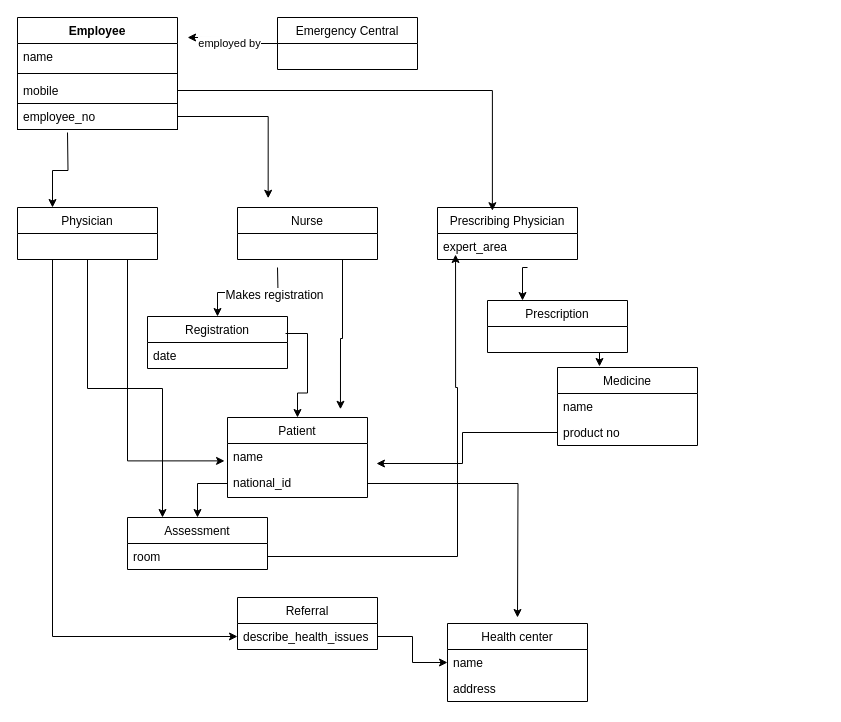
This is Untitled Diagram.drawio from kestersimm/drawio, a draw.io file, before an edit. Source tidied: cells renumbered, new cells numbered last; positions are measured from the earlier drawing's top-left corner, leaving out a move shared by most shapes. Both pictures are drawn from the tidied source at 100%, with x=0, y=0 at pixel (17, 17).
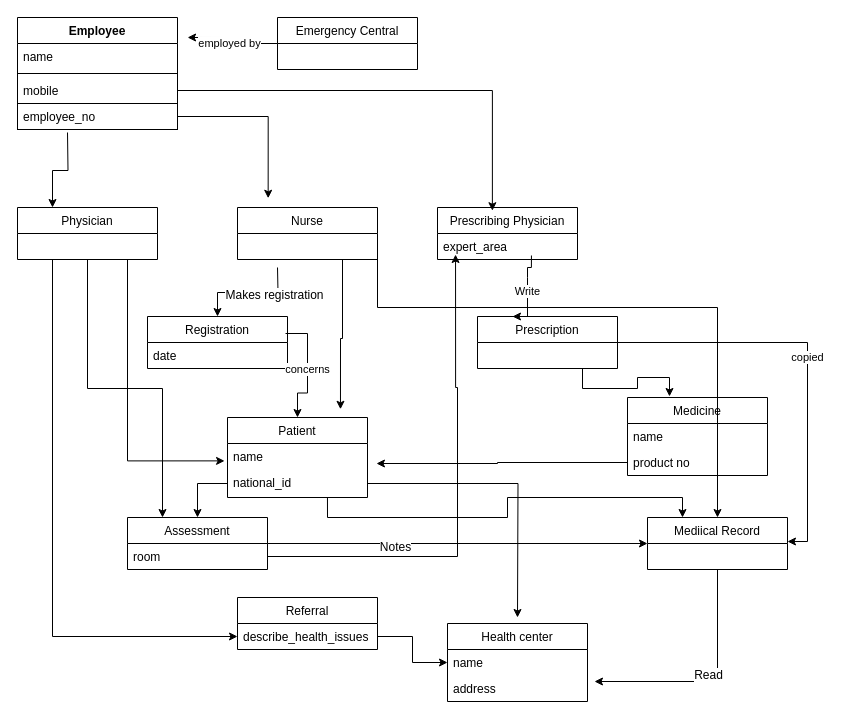
After the change.

Commit message:
added almost there

The change refers to these unchanged cells:
```xml
<mxCell id="13" value="expert_area" style="text;strokeColor=none;fillColor=none;align=left;verticalAlign=top;spacingLeft=4;spacingRight=4;overflow=hidden;points=[[0,0.5],[1,0.5]];portConstraint=eastwest;" parent="12" vertex="1">
  <mxGeometry y="26" width="140" height="26" as="geometry" />
</mxCell>
<mxCell id="22" value="date" style="text;strokeColor=none;fillColor=none;align=left;verticalAlign=top;spacingLeft=4;spacingRight=4;overflow=hidden;points=[[0,0.5],[1,0.5]];portConstraint=eastwest;" parent="21" vertex="1">
  <mxGeometry y="26" width="140" height="26" as="geometry" />
</mxCell>
<mxCell id="23" value="Patient" style="swimlane;fontStyle=0;horizontal=1;startSize=26;fillColor=none;" parent="1" vertex="1">
  <mxGeometry x="210" y="400" width="140" height="80" as="geometry" />
</mxCell>
<mxCell id="25" value="national_id" style="text;strokeColor=none;fillColor=none;align=left;verticalAlign=top;spacingLeft=4;spacingRight=4;overflow=hidden;points=[[0,0.5],[1,0.5]];portConstraint=eastwest;" parent="23" vertex="1">
  <mxGeometry y="52" width="140" height="28" as="geometry" />
</mxCell>
<mxCell id="27" value="Assessment" style="swimlane;fontStyle=0;horizontal=1;startSize=26;fillColor=none;" parent="1" vertex="1">
  <mxGeometry x="110" y="500" width="140" height="52" as="geometry" />
</mxCell>
<mxCell id="42" value="address" style="text;strokeColor=none;fillColor=none;align=left;verticalAlign=top;spacingLeft=4;spacingRight=4;overflow=hidden;points=[[0,0.5],[1,0.5]];portConstraint=eastwest;" parent="40" vertex="1">
  <mxGeometry y="52" width="140" height="26" as="geometry" />
</mxCell>
```

Change to the diagram source:
```diff
@@
-    <mxCell id="26" style="edgeStyle=orthogonalEdgeStyle;rounded=0;jettySize=auto;html=1;exitX=0.986;exitY=-0.346;exitDx=0;exitDy=0;exitPerimeter=0;" parent="1" edge="1" source="22" target="23">
+    <mxCell id="26" value="concerns" style="edgeStyle=orthogonalEdgeStyle;rounded=0;jettySize=auto;html=1;exitX=0.986;exitY=-0.346;exitDx=0;exitDy=0;exitPerimeter=0;" parent="1" edge="1" source="22" target="23">
       <mxGeometry relative="1" as="geometry" />
     </mxCell>
@@
+    <mxCell id="46" value="copied" style="edgeStyle=orthogonalEdgeStyle;rounded=0;jettySize=auto;html=1;entryX=1;entryY=0.462;entryDx=0;entryDy=0;entryPerimeter=0;" parent="1" edge="1" source="35" target="52">
+      <mxGeometry relative="1" as="geometry" />
+    </mxCell>
     <mxCell id="35" value="Prescription" style="swimlane;fontStyle=0;horizontal=1;startSize=26;fillColor=none;" parent="1" vertex="1">
-      <mxGeometry x="470" y="283" width="140" height="52" as="geometry" />
+      <mxGeometry x="460" y="299" width="140" height="52" as="geometry" />
     </mxCell>
-    <mxCell id="36" style="edgeStyle=orthogonalEdgeStyle;rounded=0;jettySize=auto;html=1;exitX=0.643;exitY=1.308;exitDx=0;exitDy=0;entryX=0.25;entryY=0;entryDx=0;entryDy=0;exitPerimeter=0;" parent="1" edge="1" source="13" target="35">
-      <mxGeometry relative="1" as="geometry" />
+    <mxCell id="36" value="Write" style="edgeStyle=orthogonalEdgeStyle;rounded=0;jettySize=auto;html=1;exitX=0.671;exitY=0.846;exitDx=0;exitDy=0;entryX=0.25;entryY=0;entryDx=0;entryDy=0;exitPerimeter=0;" parent="1" edge="1" source="13" target="35">
+      <mxGeometry relative="1" as="geometry">
+        <Array as="points">
+          <mxPoint x="514" y="250" />
+          <mxPoint x="510" y="250" />
+          <mxPoint x="510" y="260" />
+          <mxPoint x="510" y="299" />
+        </Array>
+      </mxGeometry>
     </mxCell>
     <mxCell id="37" value="Medicine" style="swimlane;fontStyle=0;horizontal=1;startSize=26;fillColor=none;" parent="1" vertex="1">
-      <mxGeometry x="540" y="350" width="140" height="78" as="geometry" />
+      <mxGeometry x="610" y="380" width="140" height="78" as="geometry" />
     </mxCell>
@@
+    <mxCell id="47" style="edgeStyle=orthogonalEdgeStyle;rounded=0;jettySize=auto;html=1;" parent="1" edge="1" source="27" target="52">
+      <mxGeometry relative="1" as="geometry" />
+    </mxCell>
+    <mxCell id="48" value="Notes" style="text;html=1;align=center;verticalAlign=middle;labelBackgroundColor=#ffffff;" parent="47" vertex="1">
+      <mxGeometry x="-0.33" y="-3" relative="1" as="geometry" />
+    </mxCell>
+    <mxCell id="49" style="edgeStyle=orthogonalEdgeStyle;rounded=0;jettySize=auto;html=1;entryX=1.05;entryY=0.231;entryDx=0;entryDy=0;entryPerimeter=0;" parent="1" edge="1" source="52" target="42">
+      <mxGeometry relative="1" as="geometry" />
+    </mxCell>
+    <mxCell id="50" value="Read" style="text;html=1;align=center;verticalAlign=middle;labelBackgroundColor=#ffffff;" parent="49" vertex="1">
+      <mxGeometry x="-0.11" y="-10" relative="1" as="geometry" />
+    </mxCell>
+    <mxCell id="51" style="edgeStyle=orthogonalEdgeStyle;rounded=0;jettySize=auto;html=1;" parent="1" edge="1" target="52">
+      <mxGeometry relative="1" as="geometry">
+        <mxPoint x="360" y="240" as="sourcePoint" />
+        <Array as="points">
+          <mxPoint x="700" y="290" />
+        </Array>
+      </mxGeometry>
+    </mxCell>
+    <mxCell id="52" value="Mediical Record" style="swimlane;fontStyle=0;horizontal=1;startSize=26;fillColor=none;" parent="1" vertex="1">
+      <mxGeometry x="630" y="500" width="140" height="52" as="geometry" />
+    </mxCell>
+    <mxCell id="53" style="edgeStyle=orthogonalEdgeStyle;rounded=0;jettySize=auto;html=1;exitX=0.714;exitY=1;exitDx=0;exitDy=0;entryX=0.25;entryY=0;entryDx=0;entryDy=0;exitPerimeter=0;" parent="1" edge="1" source="25" target="52">
+      <mxGeometry relative="1" as="geometry" />
+    </mxCell>
```
